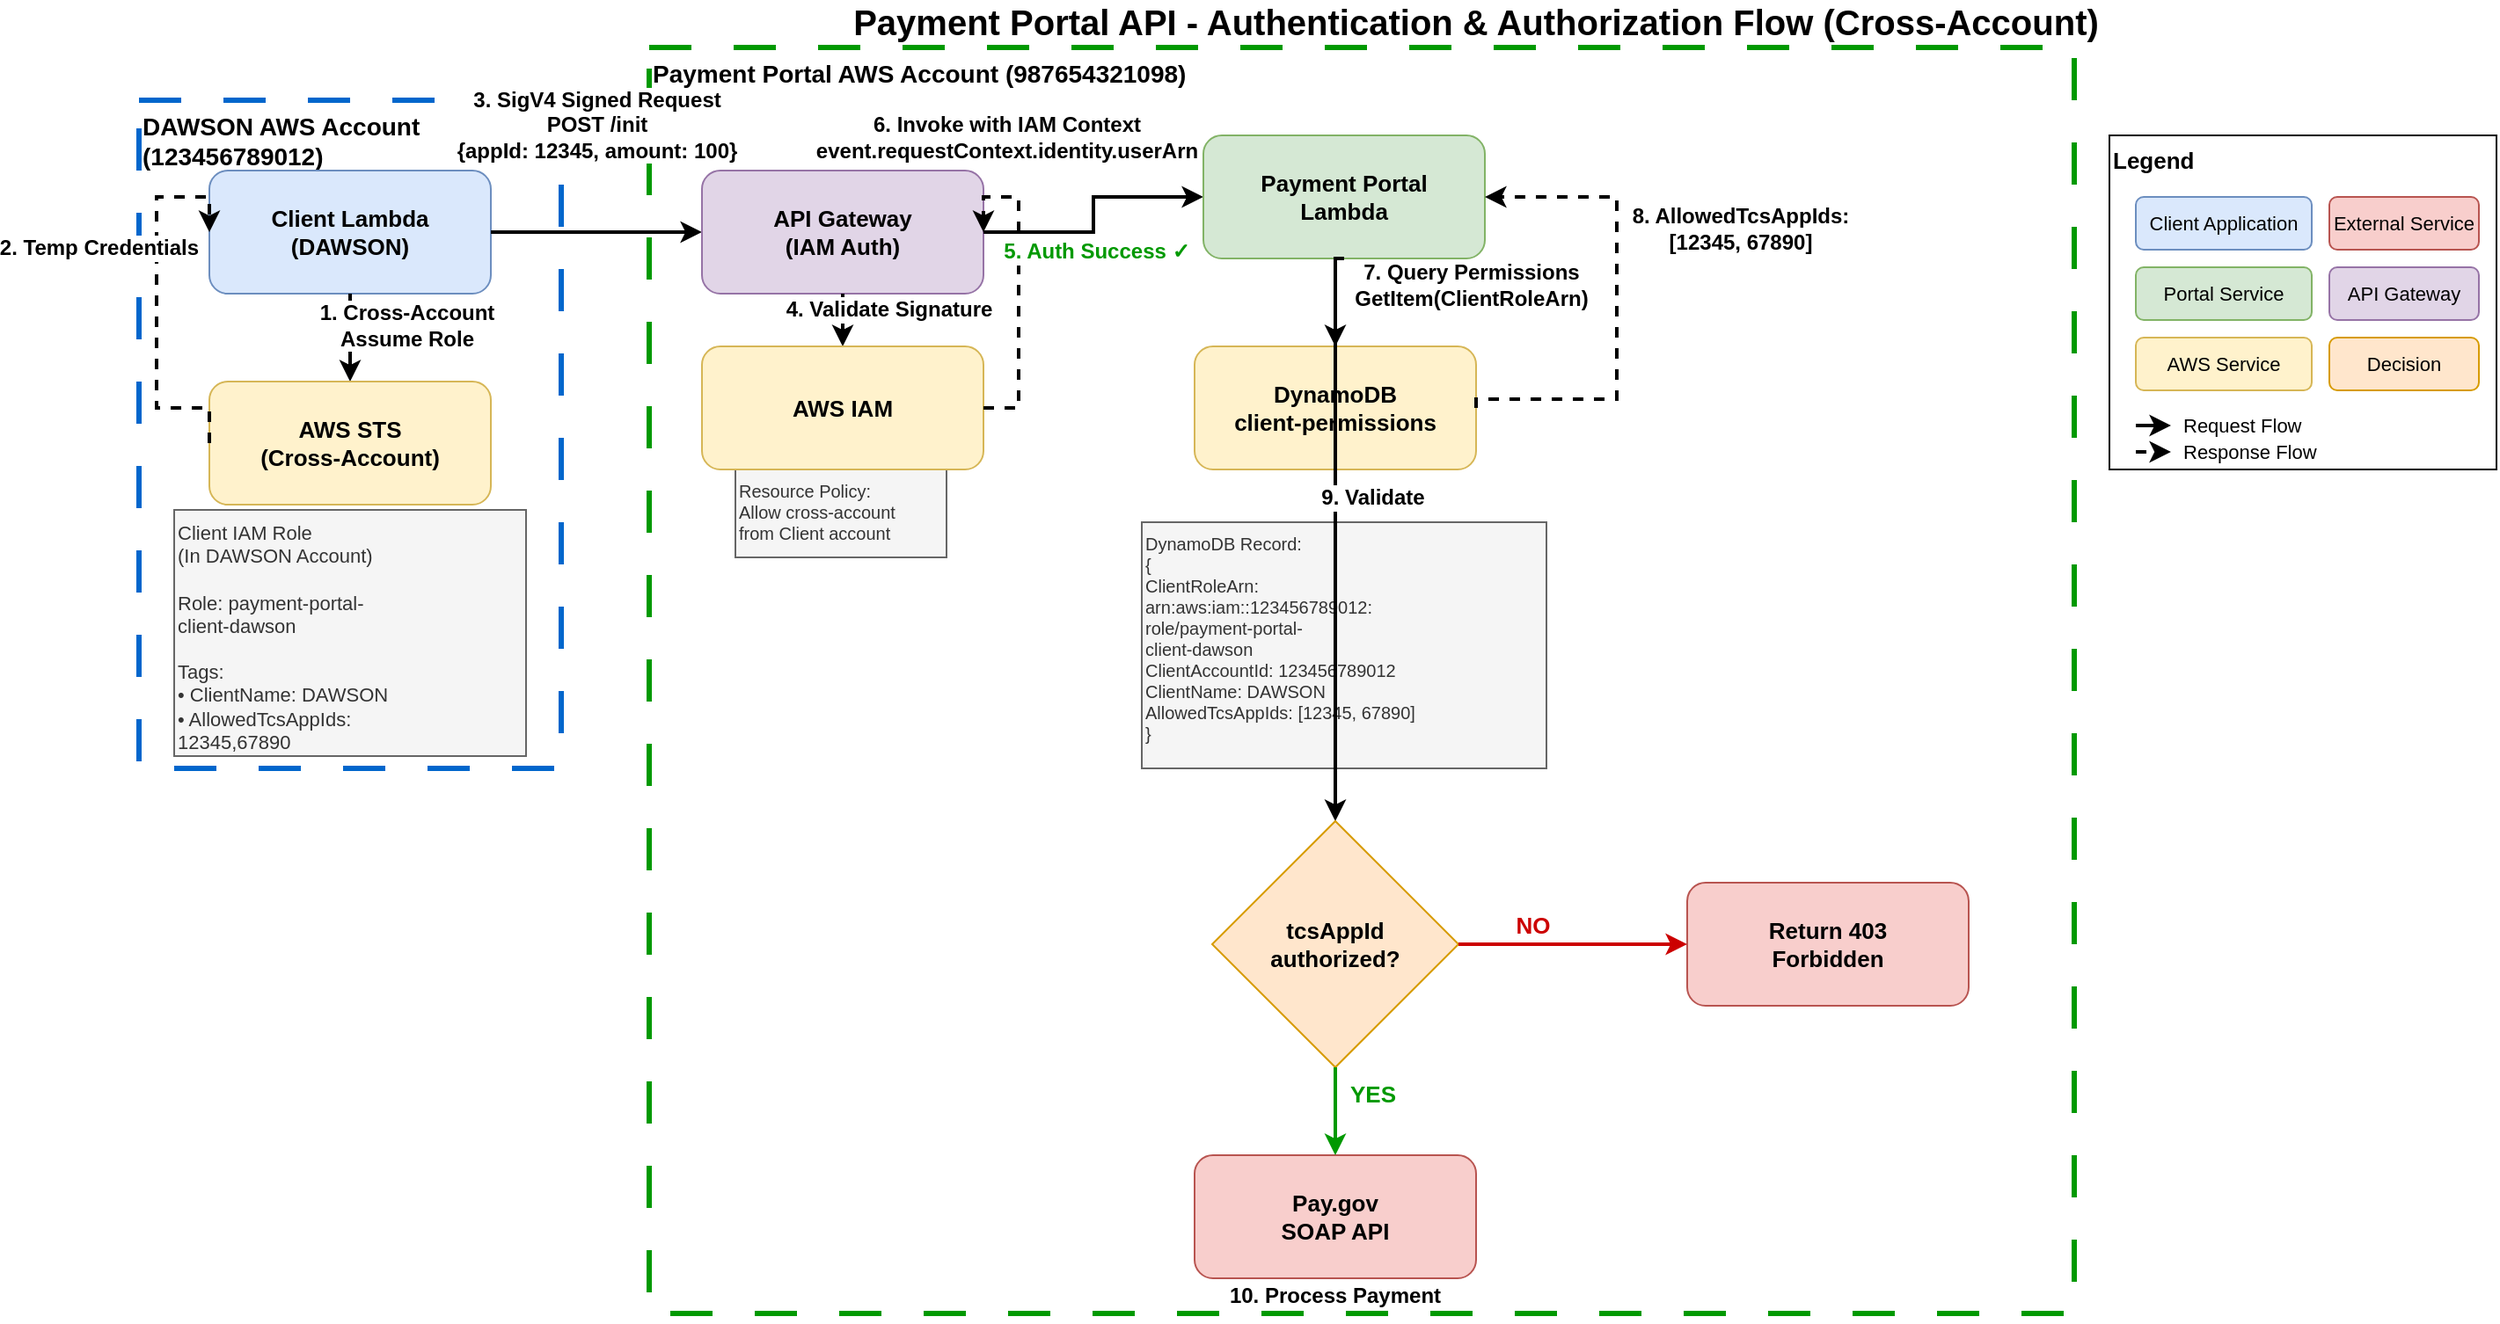
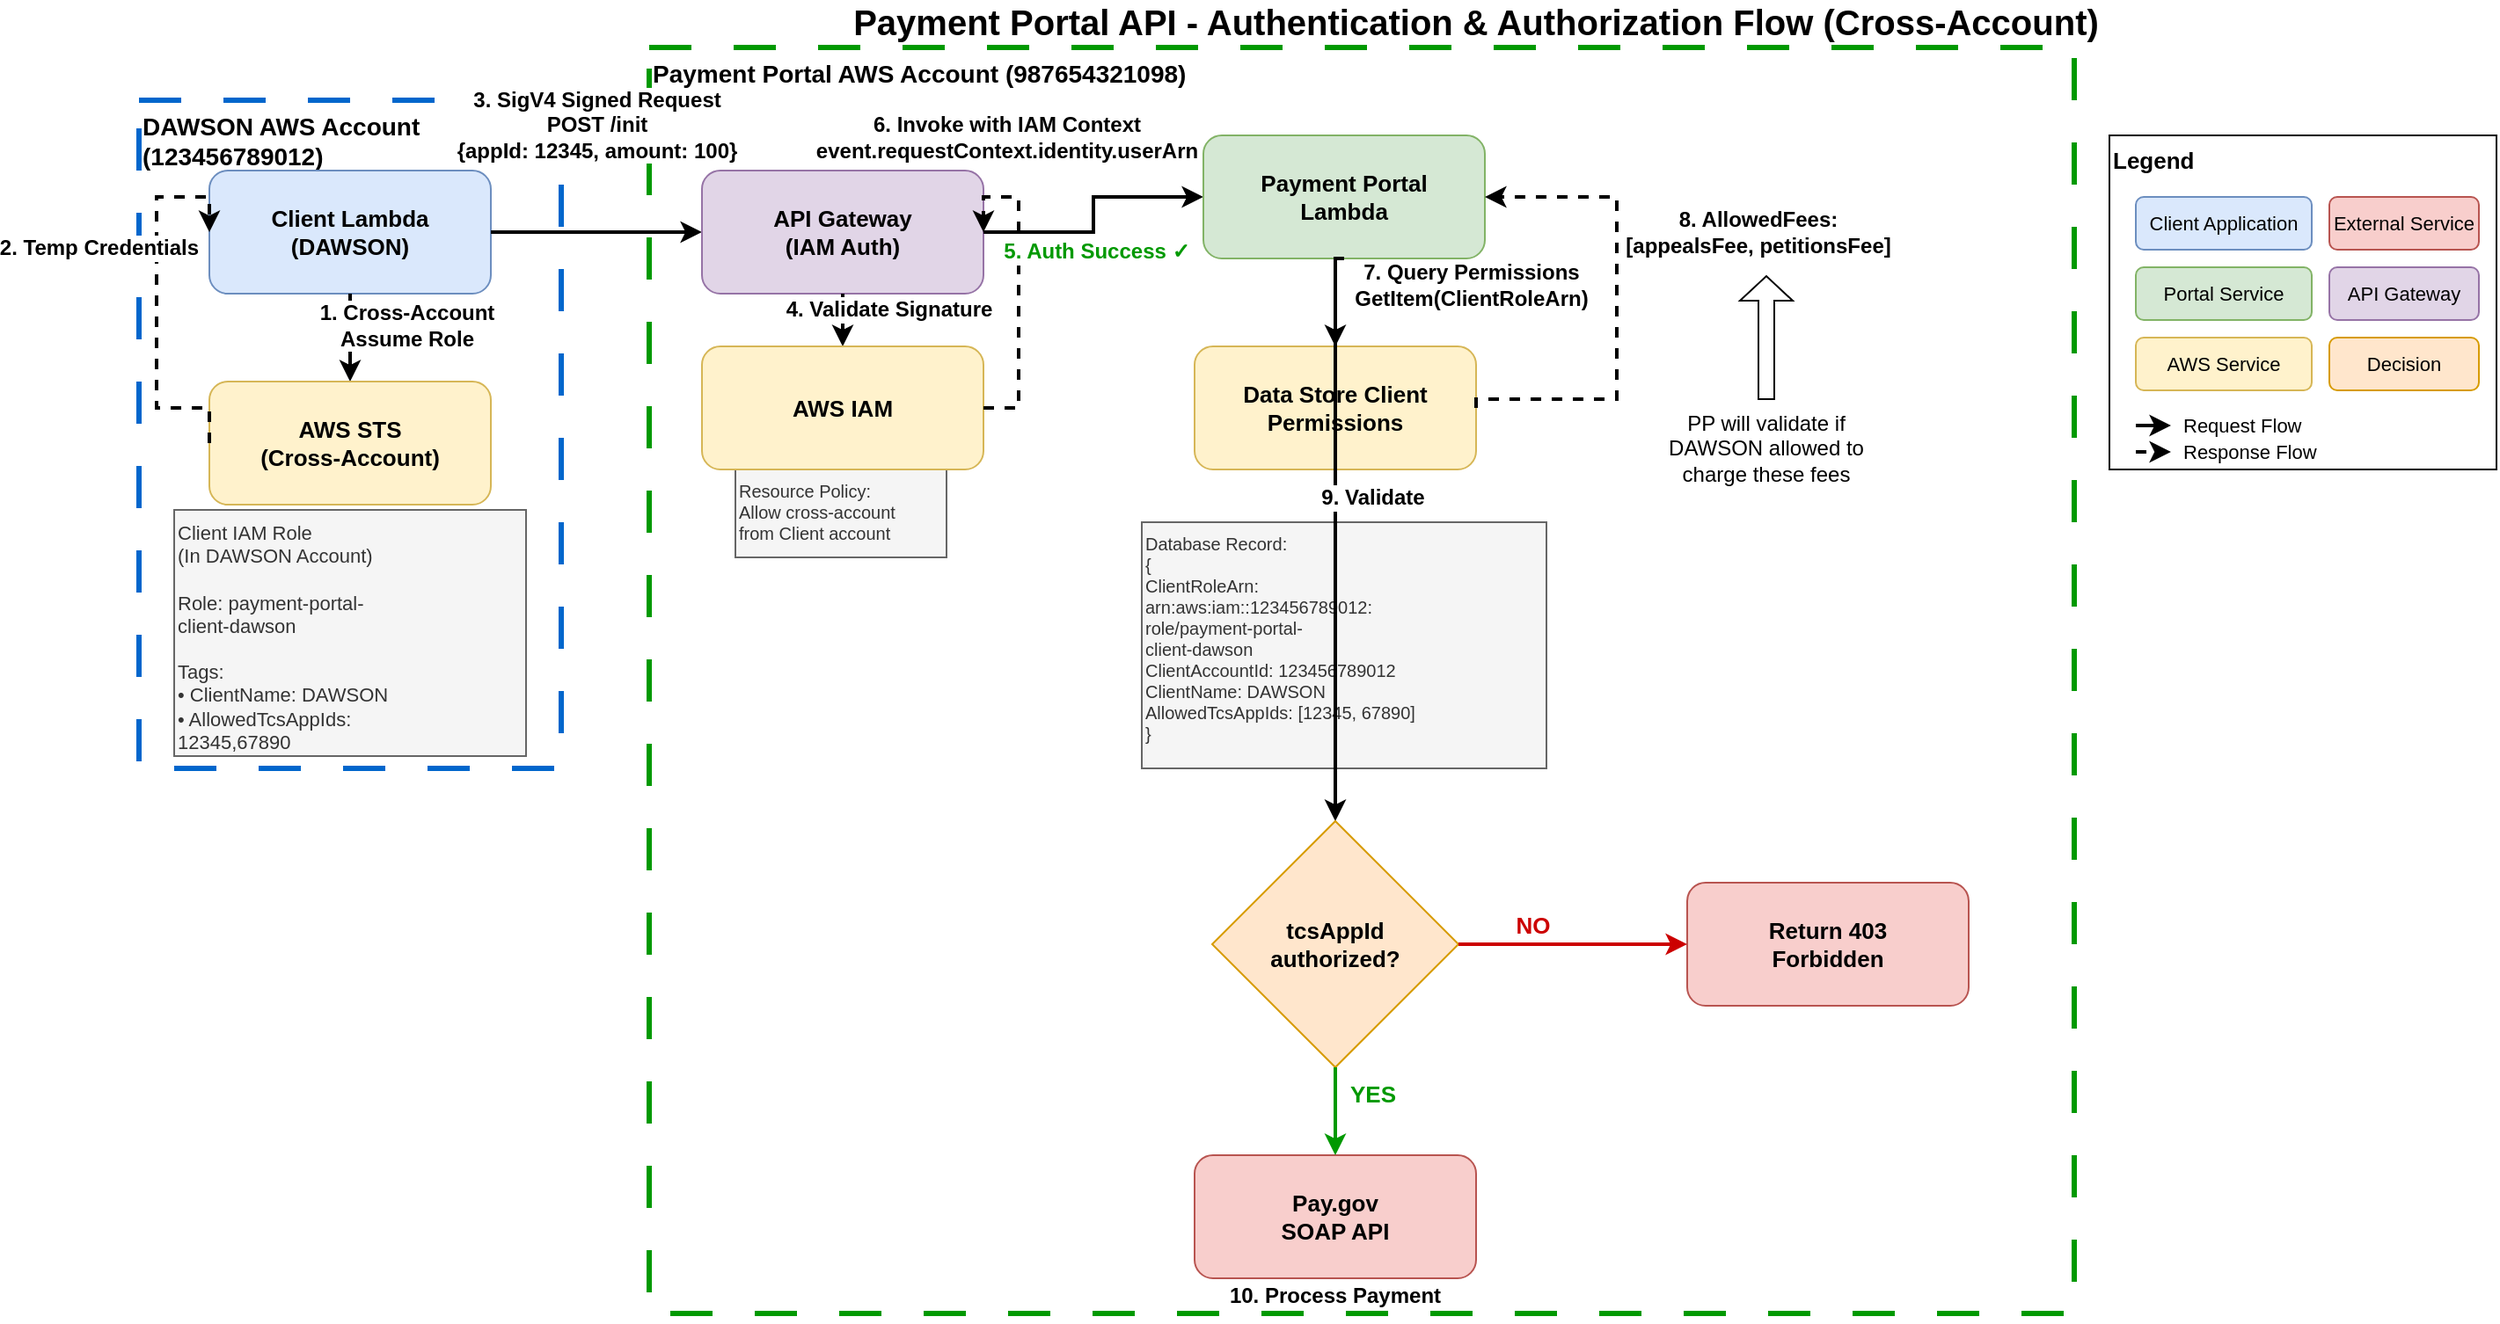
<mxfile host="65bd71144e">
    <diagram name="Authentication and Authorization Flow" id="auth-flow">
-         <mxGraphModel dx="2480" dy="547" grid="1" gridSize="10" guides="1" tooltips="1" connect="1" arrows="1" fold="1" page="1" pageScale="1" pageWidth="1400" pageHeight="900" math="0" shadow="0">
+         <mxGraphModel dx="2385" dy="451" grid="1" gridSize="10" guides="1" tooltips="1" connect="1" arrows="1" fold="1" page="1" pageScale="1" pageWidth="1400" pageHeight="900" math="0" shadow="0">
            <root>
                <mxCell id="0"/>
                <mxCell id="1" parent="0"/>
                <mxCell id="title" value="Payment Portal API - Authentication &amp; Authorization Flow (Cross-Account)" style="text;html=1;strokeColor=none;fillColor=none;align=center;verticalAlign=middle;whiteSpace=wrap;rounded=0;fontSize=20;fontStyle=1" parent="1" vertex="1">
                    <mxGeometry x="400" y="10" width="760" height="10" as="geometry"/>
                </mxCell>
                <mxCell id="dawson-account-boundary" value="DAWSON AWS Account (123456789012)" style="rounded=0;whiteSpace=wrap;html=1;fillColor=none;strokeColor=#0066CC;fontSize=14;fontStyle=1;align=left;verticalAlign=top;dashed=1;dashPattern=8 8;strokeWidth=3;" parent="1" vertex="1">
                    <mxGeometry x="20" y="60" width="240" height="380" as="geometry"/>
                </mxCell>
                <mxCell id="portal-account-boundary" value="Payment Portal AWS Account (987654321098)" style="rounded=0;whiteSpace=wrap;html=1;fillColor=none;strokeColor=#009900;fontSize=14;fontStyle=1;align=left;verticalAlign=top;dashed=1;dashPattern=8 8;strokeWidth=3;" parent="1" vertex="1">
                    <mxGeometry x="310" y="30" width="810" height="720" as="geometry"/>
                </mxCell>
                <mxCell id="client-lambda" value="Client Lambda&#xa;(DAWSON)" style="rounded=1;whiteSpace=wrap;html=1;fillColor=#dae8fc;strokeColor=#6c8ebf;fontSize=13;fontStyle=1;verticalAlign=middle;" parent="1" vertex="1">
                    <mxGeometry x="60" y="100" width="160" height="70" as="geometry"/>
                </mxCell>
                <mxCell id="step1-arrow" style="edgeStyle=orthogonalEdgeStyle;rounded=0;orthogonalLoop=1;jettySize=auto;html=1;strokeWidth=2;entryX=0.5;entryY=0;entryDx=0;entryDy=0;" parent="1" source="client-lambda" target="sts" edge="1">
                    <mxGeometry relative="1" as="geometry"/>
                </mxCell>
                <mxCell id="step1-label" value="1. Cross-Account&#xa;Assume Role" style="edgeLabel;html=1;align=center;verticalAlign=middle;resizable=0;points=[];fontSize=12;fontStyle=1;labelBackgroundColor=#ffffff;" parent="step1-arrow" vertex="1" connectable="0">
                    <mxGeometry x="-0.1" y="2" relative="1" as="geometry">
                        <mxPoint x="30" y="-5" as="offset"/>
                    </mxGeometry>
                </mxCell>
                <mxCell id="sts" value="AWS STS&#xa;(Cross-Account)" style="rounded=1;whiteSpace=wrap;html=1;fillColor=#fff2cc;strokeColor=#d6b656;fontSize=13;fontStyle=1;verticalAlign=middle;" parent="1" vertex="1">
                    <mxGeometry x="60" y="220" width="160" height="70" as="geometry"/>
                </mxCell>
                <mxCell id="step2-arrow" style="edgeStyle=orthogonalEdgeStyle;rounded=0;orthogonalLoop=1;jettySize=auto;html=1;strokeWidth=2;dashed=1;exitX=0;exitY=0.5;exitDx=0;exitDy=0;entryX=0;entryY=0.5;entryDx=0;entryDy=0;" parent="1" source="sts" target="client-lambda" edge="1">
                    <mxGeometry relative="1" as="geometry">
                        <Array as="points">
                            <mxPoint x="30" y="235"/>
                            <mxPoint x="30" y="115"/>
                        </Array>
                    </mxGeometry>
                </mxCell>
                <mxCell id="step2-label" value="2. Temp Credentials" style="edgeLabel;html=1;align=center;verticalAlign=middle;resizable=0;points=[];fontSize=12;fontStyle=1;labelBackgroundColor=#ffffff;" parent="step2-arrow" vertex="1" connectable="0">
                    <mxGeometry x="0.1" y="-2" relative="1" as="geometry">
                        <mxPoint x="-35" y="-20" as="offset"/>
                    </mxGeometry>
                </mxCell>
                <mxCell id="iam-role-box" value="Client IAM Role&#xa;(In DAWSON Account)&#xa;&#xa;Role: payment-portal-&#xa;client-dawson&#xa;&#xa;Tags:&#xa;• ClientName: DAWSON&#xa;• AllowedTcsAppIds:&#xa;  12345,67890" style="rounded=0;whiteSpace=wrap;html=1;fillColor=#f5f5f5;strokeColor=#666666;fontSize=11;align=left;verticalAlign=top;fontColor=#333333;" parent="1" vertex="1">
                    <mxGeometry x="40" y="293" width="200" height="140" as="geometry"/>
                </mxCell>
                <mxCell id="step3-arrow" style="edgeStyle=orthogonalEdgeStyle;rounded=0;orthogonalLoop=1;jettySize=auto;html=1;strokeWidth=2;exitX=1;exitY=0.5;exitDx=0;exitDy=0;entryX=0;entryY=0.5;entryDx=0;entryDy=0;" parent="1" source="client-lambda" target="api-gateway" edge="1">
                    <mxGeometry relative="1" as="geometry"/>
                </mxCell>
                <mxCell id="step3-label" value="3. SigV4 Signed Request&#xa;POST /init&#xa;{appId: 12345, amount: 100}" style="edgeLabel;html=1;align=center;verticalAlign=middle;resizable=0;points=[];fontSize=12;fontStyle=1;labelBackgroundColor=#ffffff;" parent="step3-arrow" vertex="1" connectable="0">
                    <mxGeometry x="-0.05" y="2" relative="1" as="geometry">
                        <mxPoint x="3" y="-59" as="offset"/>
                    </mxGeometry>
                </mxCell>
                <mxCell id="api-gateway" value="API Gateway&#xa;(IAM Auth)" style="rounded=1;whiteSpace=wrap;html=1;fillColor=#e1d5e7;strokeColor=#9673a6;fontSize=13;fontStyle=1;verticalAlign=middle;" parent="1" vertex="1">
                    <mxGeometry x="340" y="100" width="160" height="70" as="geometry"/>
                </mxCell>
                <mxCell id="api-gateway-policy" value="Resource Policy:&lt;br&gt;Allow cross-account&lt;br&gt;from Client account" style="rounded=0;whiteSpace=wrap;html=1;fillColor=#f5f5f5;strokeColor=#666666;fontSize=10;align=left;verticalAlign=top;fontColor=#333333;" parent="1" vertex="1">
                    <mxGeometry x="359" y="270" width="120" height="50" as="geometry"/>
                </mxCell>
                <mxCell id="step4-arrow" style="edgeStyle=orthogonalEdgeStyle;rounded=0;orthogonalLoop=1;jettySize=auto;html=1;strokeWidth=2;exitX=0.5;exitY=1;exitDx=0;exitDy=0;entryX=0.5;entryY=0;entryDx=0;entryDy=0;" parent="1" source="api-gateway" target="iam-service" edge="1">
                    <mxGeometry relative="1" as="geometry"/>
                </mxCell>
                <mxCell id="step4-label" value="4. Validate Signature" style="edgeLabel;html=1;align=center;verticalAlign=middle;resizable=0;points=[];fontSize=12;fontStyle=1;labelBackgroundColor=#ffffff;" parent="step4-arrow" vertex="1" connectable="0">
                    <mxGeometry x="-0.1" y="1" relative="1" as="geometry">
                        <mxPoint x="25" y="-5" as="offset"/>
                    </mxGeometry>
                </mxCell>
                <mxCell id="iam-service" value="AWS IAM" style="rounded=1;whiteSpace=wrap;html=1;fillColor=#fff2cc;strokeColor=#d6b656;fontSize=13;fontStyle=1;verticalAlign=middle;" parent="1" vertex="1">
                    <mxGeometry x="340" y="200" width="160" height="70" as="geometry"/>
                </mxCell>
                <mxCell id="step5-arrow" style="edgeStyle=orthogonalEdgeStyle;rounded=0;orthogonalLoop=1;jettySize=auto;html=1;strokeWidth=2;dashed=1;exitX=1;exitY=0.5;exitDx=0;exitDy=0;entryX=1;entryY=0.5;entryDx=0;entryDy=0;" parent="1" source="iam-service" target="api-gateway" edge="1">
                    <mxGeometry relative="1" as="geometry">
                        <Array as="points">
                            <mxPoint x="520" y="235"/>
                            <mxPoint x="520" y="115"/>
                        </Array>
                    </mxGeometry>
                </mxCell>
                <mxCell id="step5-label" value="5. Auth Success ✓" style="edgeLabel;html=1;align=center;verticalAlign=middle;resizable=0;points=[];fontSize=12;fontStyle=1;fontColor=#009900;labelBackgroundColor=#ffffff;" parent="step5-arrow" vertex="1" connectable="0">
                    <mxGeometry x="0.15" y="1" relative="1" as="geometry">
                        <mxPoint x="45" y="-6" as="offset"/>
                    </mxGeometry>
                </mxCell>
                <mxCell id="step6-arrow" style="edgeStyle=orthogonalEdgeStyle;rounded=0;orthogonalLoop=1;jettySize=auto;html=1;strokeWidth=2;exitX=1;exitY=0.5;exitDx=0;exitDy=0;entryX=0;entryY=0.5;entryDx=0;entryDy=0;" parent="1" source="api-gateway" target="portal-lambda" edge="1">
                    <mxGeometry relative="1" as="geometry"/>
                </mxCell>
                <mxCell id="step6-label" value="6. Invoke with IAM Context&#xa;event.requestContext.identity.userArn" style="edgeLabel;html=1;align=center;verticalAlign=middle;resizable=0;points=[];fontSize=12;fontStyle=1;labelBackgroundColor=#ffffff;" parent="step6-arrow" vertex="1" connectable="0">
                    <mxGeometry x="-0.05" y="2" relative="1" as="geometry">
                        <mxPoint x="-48" y="-48" as="offset"/>
                    </mxGeometry>
                </mxCell>
                <mxCell id="portal-lambda" value="Payment Portal&#xa;Lambda" style="rounded=1;whiteSpace=wrap;html=1;fillColor=#d5e8d4;strokeColor=#82b366;fontSize=13;fontStyle=1;verticalAlign=middle;" parent="1" vertex="1">
                    <mxGeometry x="625" y="80" width="160" height="70" as="geometry"/>
                </mxCell>
-                 <mxCell id="step7-arrow" style="edgeStyle=orthogonalEdgeStyle;rounded=0;orthogonalLoop=1;jettySize=auto;html=1;strokeWidth=2;exitX=0.5;exitY=1;exitDx=0;exitDy=0;entryX=0.5;entryY=0;entryDx=0;entryDy=0;" parent="1" source="portal-lambda" target="dynamodb" edge="1">
+                 <mxCell id="step7-arrow" style="edgeStyle=orthogonalEdgeStyle;rounded=0;orthogonalLoop=1;jettySize=auto;html=1;strokeWidth=2;exitX=0.5;exitY=1;exitDx=0;exitDy=0;entryX=0.5;entryY=0;entryDx=0;entryDy=0;" parent="1" source="portal-lambda" target="database" edge="1">
                    <mxGeometry relative="1" as="geometry">
                        <Array as="points">
                            <mxPoint x="700" y="150"/>
                        </Array>
                    </mxGeometry>
                </mxCell>
                <mxCell id="step7-label" value="7. Query Permissions&#xa;GetItem(ClientRoleArn)" style="edgeLabel;html=1;align=center;verticalAlign=middle;resizable=0;points=[];fontSize=12;fontStyle=1;labelBackgroundColor=#ffffff;" parent="step7-arrow" vertex="1" connectable="0">
                    <mxGeometry x="-0.1" y="2" relative="1" as="geometry">
                        <mxPoint x="75" y="-5" as="offset"/>
                    </mxGeometry>
                </mxCell>
-                 <mxCell id="dynamodb" value="DynamoDB&#xa;client-permissions" style="rounded=1;whiteSpace=wrap;html=1;fillColor=#fff2cc;strokeColor=#d6b656;fontSize=13;fontStyle=1;verticalAlign=middle;" parent="1" vertex="1">
-                     <mxGeometry x="620" y="200" width="160" height="70" as="geometry"/>
-                 </mxCell>
-                 <mxCell id="step8-arrow" style="edgeStyle=orthogonalEdgeStyle;rounded=0;orthogonalLoop=1;jettySize=auto;html=1;strokeWidth=2;dashed=1;exitX=1;exitY=0.5;exitDx=0;exitDy=0;entryX=1;entryY=0.5;entryDx=0;entryDy=0;" parent="1" source="dynamodb" target="portal-lambda" edge="1">
+                 <object label="Data Store Client Permissions" id="database">
+                     <mxCell style="rounded=1;whiteSpace=wrap;html=1;fillColor=#fff2cc;strokeColor=#d6b656;fontSize=13;fontStyle=1;verticalAlign=middle;" parent="1" vertex="1">
+                         <mxGeometry x="620" y="200" width="160" height="70" as="geometry"/>
+                     </mxCell>
+                 </object>
+                 <mxCell id="step8-arrow" style="edgeStyle=orthogonalEdgeStyle;rounded=0;orthogonalLoop=1;jettySize=auto;html=1;strokeWidth=2;dashed=1;exitX=1;exitY=0.5;exitDx=0;exitDy=0;entryX=1;entryY=0.5;entryDx=0;entryDy=0;" parent="1" source="database" target="portal-lambda" edge="1">
                    <mxGeometry relative="1" as="geometry">
                        <Array as="points">
                            <mxPoint x="780" y="230"/>
                            <mxPoint x="860" y="230"/>
                            <mxPoint x="860" y="115"/>
                        </Array>
                    </mxGeometry>
                </mxCell>
-                 <mxCell id="step8-label" value="8. AllowedTcsAppIds:&#xa;[12345, 67890]" style="edgeLabel;html=1;align=center;verticalAlign=middle;resizable=0;points=[];fontSize=12;fontStyle=1;labelBackgroundColor=#ffffff;" parent="step8-arrow" vertex="1" connectable="0">
+                 <mxCell id="step8-label" value="8. AllowedFees:&lt;br&gt;[appealsFee, petitionsFee]" style="edgeLabel;html=1;align=center;verticalAlign=middle;resizable=0;points=[];fontSize=12;fontStyle=1;labelBackgroundColor=#ffffff;" parent="step8-arrow" vertex="1" connectable="0">
                    <mxGeometry x="0.15" y="1" relative="1" as="geometry">
-                         <mxPoint x="71" y="-24" as="offset"/>
-                     </mxGeometry>
-                 </mxCell>
-                 <mxCell id="dynamodb-details" value="DynamoDB Record:&#xa;{&#xa;  ClientRoleArn:&#xa;    arn:aws:iam::123456789012:&#xa;    role/payment-portal-&#xa;    client-dawson&#xa;  ClientAccountId: 123456789012&#xa;  ClientName: DAWSON&#xa;  AllowedTcsAppIds: [12345, 67890]&#xa;}" style="rounded=0;whiteSpace=wrap;html=1;fillColor=#f5f5f5;strokeColor=#666666;fontSize=10;align=left;verticalAlign=top;fontColor=#333333;" parent="1" vertex="1">
-                     <mxGeometry x="590" y="300" width="230" height="140" as="geometry"/>
-                 </mxCell>
+                         <mxPoint x="81" y="-22" as="offset"/>
+                     </mxGeometry>
+                 </mxCell>
+                 <object label="Database Record:&lt;br&gt;{&lt;br&gt;  ClientRoleArn:&lt;br&gt;    arn:aws:iam::123456789012:&lt;br&gt;    role/payment-portal-&lt;br&gt;    client-dawson&lt;br&gt;  ClientAccountId: 123456789012&lt;br&gt;  ClientName: DAWSON&lt;br&gt;  AllowedTcsAppIds: [12345, 67890]&lt;br&gt;}" id="datastore-details">
+                     <mxCell style="rounded=0;whiteSpace=wrap;html=1;fillColor=#f5f5f5;strokeColor=#666666;fontSize=10;align=left;verticalAlign=top;fontColor=#333333;" parent="1" vertex="1">
+                         <mxGeometry x="590" y="300" width="230" height="140" as="geometry"/>
+                     </mxCell>
+                 </object>
                <mxCell id="step9-arrow" style="edgeStyle=orthogonalEdgeStyle;rounded=0;orthogonalLoop=1;jettySize=auto;html=1;strokeWidth=2;exitX=0.5;exitY=1;exitDx=0;exitDy=0;entryX=0.5;entryY=0;entryDx=0;entryDy=0;" parent="1" edge="1">
                    <mxGeometry relative="1" as="geometry">
                        <Array as="points">
                            <mxPoint x="700" y="150"/>
                        </Array>
                        <mxPoint x="705" y="150" as="sourcePoint"/>
                        <mxPoint x="700" y="470" as="targetPoint"/>
                    </mxGeometry>
                </mxCell>
                <mxCell id="step9-label" value="9. Validate" style="edgeLabel;html=1;align=center;verticalAlign=middle;resizable=0;points=[];fontSize=12;fontStyle=1;labelBackgroundColor=#ffffff;" parent="step9-arrow" vertex="1" connectable="0">
                    <mxGeometry x="-0.75" y="1" relative="1" as="geometry">
                        <mxPoint x="20" y="100" as="offset"/>
                    </mxGeometry>
                </mxCell>
                <mxCell id="decision" value="tcsAppId&#xa;authorized?" style="rhombus;whiteSpace=wrap;html=1;fillColor=#ffe6cc;strokeColor=#d79b00;fontSize=13;fontStyle=1" parent="1" vertex="1">
                    <mxGeometry x="630" y="470" width="140" height="140" as="geometry"/>
                </mxCell>
                <mxCell id="paygov" value="Pay.gov&#xa;SOAP API" style="rounded=1;whiteSpace=wrap;html=1;fillColor=#f8cecc;strokeColor=#b85450;fontSize=13;fontStyle=1;verticalAlign=middle;" parent="1" vertex="1">
                    <mxGeometry x="620" y="660" width="160" height="70" as="geometry"/>
                </mxCell>
                <mxCell id="yes-arrow" style="edgeStyle=orthogonalEdgeStyle;rounded=0;orthogonalLoop=1;jettySize=auto;html=1;strokeWidth=2;strokeColor=#009900;exitX=0.5;exitY=1;exitDx=0;exitDy=0;entryX=0.5;entryY=0;entryDx=0;entryDy=0;" parent="1" source="decision" target="paygov" edge="1">
                    <mxGeometry relative="1" as="geometry"/>
                </mxCell>
                <mxCell id="yes-label" value="YES" style="edgeLabel;html=1;align=center;verticalAlign=middle;resizable=0;points=[];fontSize=13;fontStyle=1;fontColor=#009900;labelBackgroundColor=#ffffff;" parent="yes-arrow" vertex="1" connectable="0">
                    <mxGeometry x="-0.2" y="1" relative="1" as="geometry">
                        <mxPoint x="20" y="-5" as="offset"/>
                    </mxGeometry>
                </mxCell>
                <mxCell id="forbidden" value="Return 403&#xa;Forbidden" style="rounded=1;whiteSpace=wrap;html=1;fillColor=#f8cecc;strokeColor=#b85450;fontSize=13;fontStyle=1;verticalAlign=middle;" parent="1" vertex="1">
                    <mxGeometry x="900" y="505" width="160" height="70" as="geometry"/>
                </mxCell>
                <mxCell id="no-arrow" style="edgeStyle=orthogonalEdgeStyle;rounded=0;orthogonalLoop=1;jettySize=auto;html=1;strokeWidth=2;strokeColor=#CC0000;exitX=1;exitY=0.5;exitDx=0;exitDy=0;entryX=0;entryY=0.5;entryDx=0;entryDy=0;" parent="1" source="decision" target="forbidden" edge="1">
                    <mxGeometry relative="1" as="geometry"/>
                </mxCell>
                <mxCell id="no-label" value="NO" style="edgeLabel;html=1;align=center;verticalAlign=middle;resizable=0;points=[];fontSize=13;fontStyle=1;fontColor=#CC0000;labelBackgroundColor=#ffffff;" parent="no-arrow" vertex="1" connectable="0">
                    <mxGeometry x="-0.2" y="1" relative="1" as="geometry">
                        <mxPoint x="-10" y="-10" as="offset"/>
                    </mxGeometry>
                </mxCell>
                <mxCell id="step10-label" value="10. Process Payment" style="text;html=1;strokeColor=none;fillColor=none;align=center;verticalAlign=middle;whiteSpace=wrap;rounded=0;fontSize=12;fontStyle=1" parent="1" vertex="1">
                    <mxGeometry x="620" y="725" width="160" height="30" as="geometry"/>
                </mxCell>
                <mxCell id="legend-box" value="Legend" style="rounded=0;whiteSpace=wrap;html=1;fillColor=#ffffff;strokeColor=#000000;fontSize=13;fontStyle=1;align=left;verticalAlign=top" parent="1" vertex="1">
                    <mxGeometry x="1140" y="80" width="220" height="190" as="geometry"/>
                </mxCell>
                <mxCell id="legend-client" value="Client Application" style="rounded=1;whiteSpace=wrap;html=1;fillColor=#dae8fc;strokeColor=#6c8ebf;fontSize=11;verticalAlign=middle;" parent="1" vertex="1">
                    <mxGeometry x="1155" y="115" width="100" height="30" as="geometry"/>
                </mxCell>
                <mxCell id="legend-portal" value="Portal Service" style="rounded=1;whiteSpace=wrap;html=1;fillColor=#d5e8d4;strokeColor=#82b366;fontSize=11;verticalAlign=middle;" parent="1" vertex="1">
                    <mxGeometry x="1155" y="155" width="100" height="30" as="geometry"/>
                </mxCell>
                <mxCell id="legend-aws" value="AWS Service" style="rounded=1;whiteSpace=wrap;html=1;fillColor=#fff2cc;strokeColor=#d6b656;fontSize=11;verticalAlign=middle;" parent="1" vertex="1">
                    <mxGeometry x="1155" y="195" width="100" height="30" as="geometry"/>
                </mxCell>
                <mxCell id="legend-external" value="External Service" style="rounded=1;whiteSpace=wrap;html=1;fillColor=#f8cecc;strokeColor=#b85450;fontSize=11;verticalAlign=middle;" parent="1" vertex="1">
                    <mxGeometry x="1265" y="115" width="85" height="30" as="geometry"/>
                </mxCell>
                <mxCell id="legend-gateway" value="API Gateway" style="rounded=1;whiteSpace=wrap;html=1;fillColor=#e1d5e7;strokeColor=#9673a6;fontSize=11;verticalAlign=middle;" parent="1" vertex="1">
                    <mxGeometry x="1265" y="155" width="85" height="30" as="geometry"/>
                </mxCell>
                <mxCell id="legend-decision" value="Decision" style="rounded=1;whiteSpace=wrap;html=1;fillColor=#ffe6cc;strokeColor=#d79b00;fontSize=11;verticalAlign=middle;" parent="1" vertex="1">
                    <mxGeometry x="1265" y="195" width="85" height="30" as="geometry"/>
                </mxCell>
                <mxCell id="legend-solid" value="Request Flow" style="text;html=1;strokeColor=none;fillColor=none;align=left;verticalAlign=middle;whiteSpace=wrap;rounded=0;fontSize=11;" parent="1" vertex="1">
                    <mxGeometry x="1180" y="235" width="100" height="20" as="geometry"/>
                </mxCell>
                <mxCell id="legend-solid-line" value="" style="endArrow=classic;html=1;strokeWidth=2;fontSize=11;" parent="1" edge="1">
                    <mxGeometry width="50" height="50" relative="1" as="geometry">
                        <mxPoint x="1155" y="245" as="sourcePoint"/>
                        <mxPoint x="1175" y="245" as="targetPoint"/>
                    </mxGeometry>
                </mxCell>
                <mxCell id="legend-dashed" value="Response Flow" style="text;html=1;strokeColor=none;fillColor=none;align=left;verticalAlign=middle;whiteSpace=wrap;rounded=0;fontSize=11;" parent="1" vertex="1">
                    <mxGeometry x="1180" y="250" width="100" height="20" as="geometry"/>
                </mxCell>
                <mxCell id="legend-dashed-line" value="" style="endArrow=classic;html=1;strokeWidth=2;dashed=1;fontSize=11;" parent="1" edge="1">
                    <mxGeometry width="50" height="50" relative="1" as="geometry">
                        <mxPoint x="1155" y="260" as="sourcePoint"/>
                        <mxPoint x="1175" y="260" as="targetPoint"/>
                    </mxGeometry>
                </mxCell>
+                 <mxCell id="2" value="PP will validate if DAWSON allowed to charge these fees" style="text;html=1;align=center;verticalAlign=middle;whiteSpace=wrap;rounded=0;" vertex="1" parent="1">
+                     <mxGeometry x="880" y="223" width="130" height="70" as="geometry"/>
+                 </mxCell>
+                 <mxCell id="5" value="" style="shape=singleArrow;direction=north;whiteSpace=wrap;html=1;" vertex="1" parent="1">
+                     <mxGeometry x="930" y="160" width="30" height="70" as="geometry"/>
+                 </mxCell>
            </root>
        </mxGraphModel>
    </diagram>
</mxfile>
